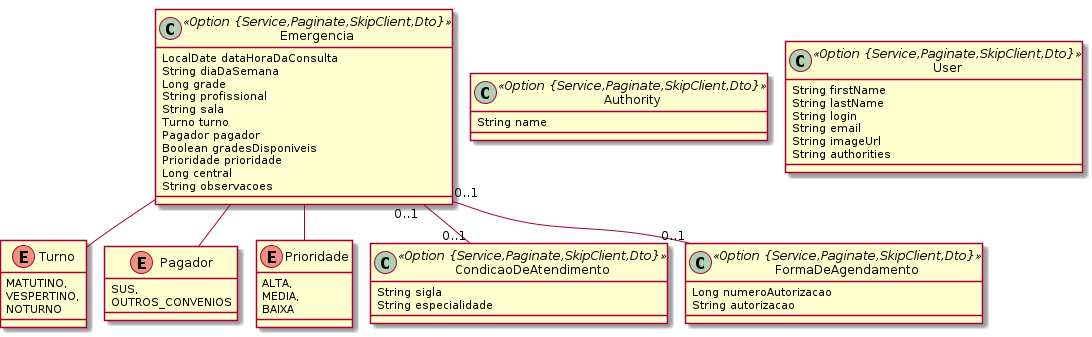
Above: consulta/emergencia.png in BasisTI/madre (PlantUML), before the change.
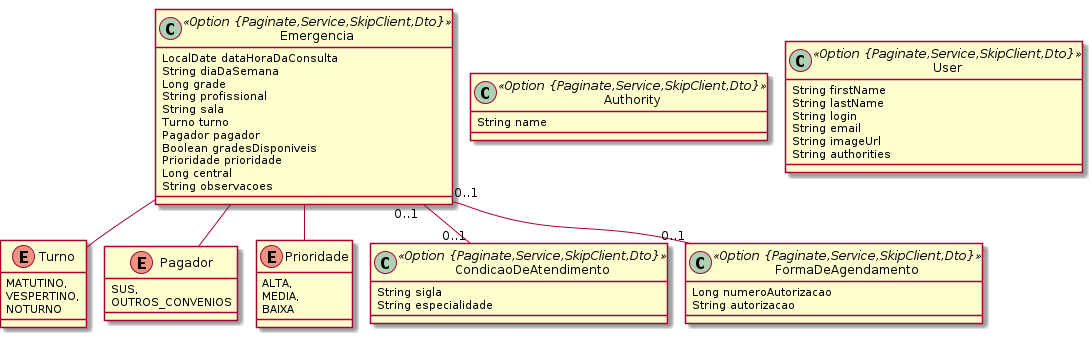
After the commit.

Commit message:
Atualiza imagem de modelagem - Emergencia

Change to the diagram source:
```diff
@@ -1,7 +1,7 @@
 @startuml
 	!pragma graphviz_dot jdot
 	!pragma syntax class
-	class Emergencia <<Option {Service,Paginate,SkipClient,Dto}>> {
+	class Emergencia <<Option {Paginate,Service,SkipClient,Dto}>> {
 		LocalDate dataHoraDaConsulta
 		String diaDaSemana
 		Long grade
@@ -17,11 +17,11 @@
 	Emergencia ..> Turno
 	Emergencia ..> Pagador
 	Emergencia ..> Prioridade
-	class CondicaoDeAtendimento <<Option {Service,Paginate,SkipClient,Dto}>> {
+	class CondicaoDeAtendimento <<Option {Paginate,Service,SkipClient,Dto}>> {
 		String sigla
 		String especialidade
 	}
-	class FormaDeAgendamento <<Option {Service,Paginate,SkipClient,Dto}>> {
+	class FormaDeAgendamento <<Option {Paginate,Service,SkipClient,Dto}>> {
 		Long numeroAutorizacao
 		String autorizacao
 	}
@@ -41,10 +41,10 @@
 		MEDIA,
 		BAIXA
 	}
-	class Authority <<Option {Service,Paginate,SkipClient,Dto}>> {
+	class Authority <<Option {Paginate,Service,SkipClient,Dto}>> {
 		String name
 	}
-	class User <<Option {Service,Paginate,SkipClient,Dto}>> {
+	class User <<Option {Paginate,Service,SkipClient,Dto}>> {
 		String firstName
 		String lastName
 		String login
```
